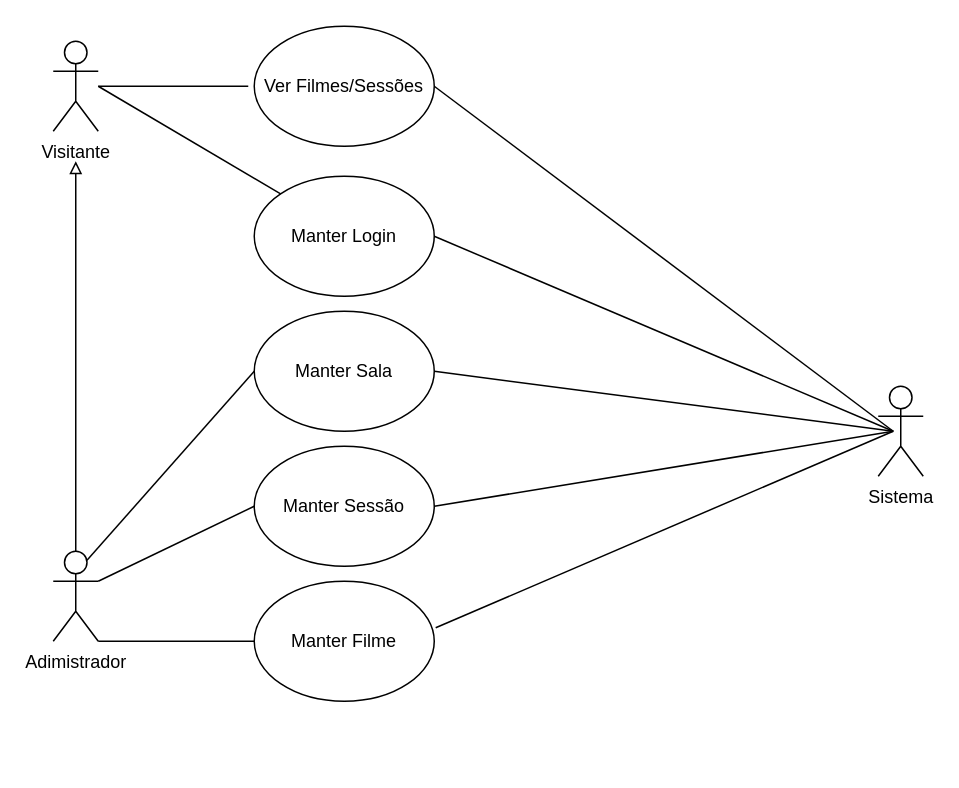
This is diagram/cinema.dio from FidelisSantos/BackendCinema, a draw.io file, before an edit. Source tidied: cells renumbered, new cells numbered last; positions are measured from the earlier drawing's top-left corner, leaving out a move shared by most shapes. Both pictures are drawn from the tidied source at 150%, with x=0, y=0 at pixel (52, 26).
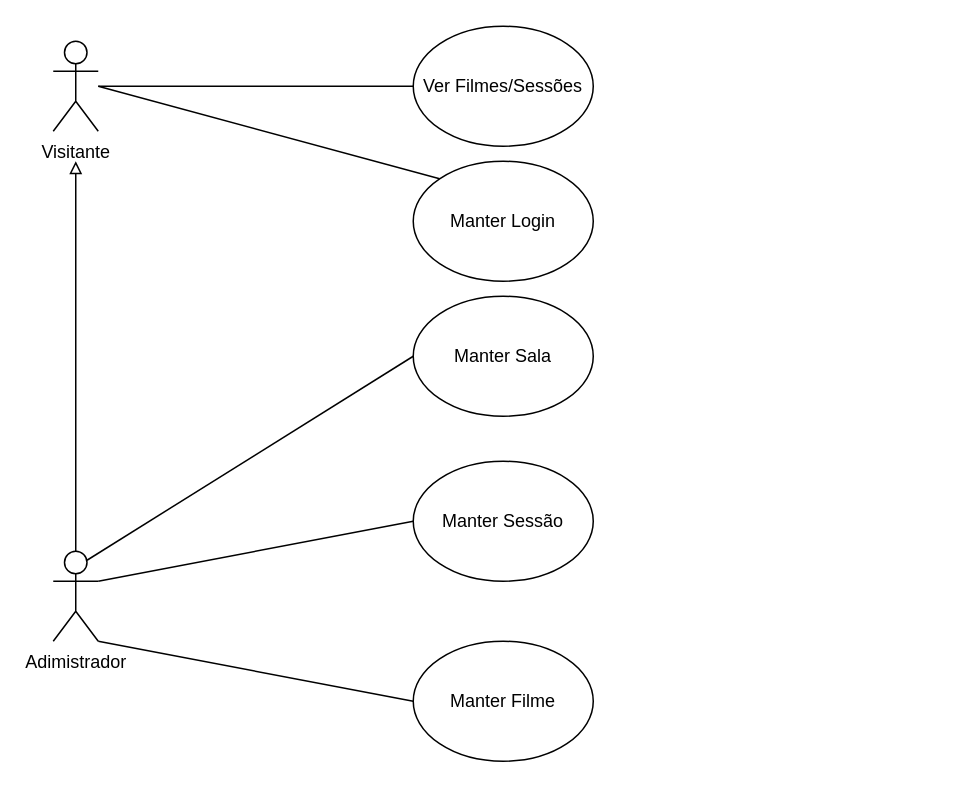
Above is the later version.

The change refers to these unchanged cells:
```xml
<mxCell id="2" value="Visitante" style="shape=umlActor;verticalLabelPosition=bottom;verticalAlign=top;html=1;outlineConnect=0;" parent="1" vertex="1">
  <mxGeometry y="10" width="30" height="60" as="geometry" />
</mxCell>
```

Change to the diagram source:
```diff
@@
     <mxCell id="6" value="Ver Filmes/Sessões" style="ellipse;whiteSpace=wrap;html=1;" parent="1" vertex="1">
-      <mxGeometry x="134" width="120" height="80" as="geometry" />
+      <mxGeometry x="240" width="120" height="80" as="geometry" />
     </mxCell>
-    <mxCell id="7" style="endArrow=none;html=1;" parent="1" edge="1" source="2">
-      <mxGeometry relative="1" as="geometry">
-        <mxPoint x="130" y="40" as="targetPoint" />
-      </mxGeometry>
+    <mxCell id="7" style="endArrow=none;html=1;entryX=0;entryY=0.5;entryDx=0;entryDy=0;" parent="1" edge="1" source="2" target="6">
+      <mxGeometry relative="1" as="geometry" />
     </mxCell>
@@
-    <mxCell id="9" style="endArrow=none;html=1;entryX=0;entryY=0.5;entryDx=0;entryDy=0;exitX=1;exitY=0.5;exitDx=0;exitDy=0;" parent="1" edge="1" source="6">
-      <mxGeometry relative="1" as="geometry">
-        <mxPoint x="560" y="270" as="targetPoint" />
-      </mxGeometry>
-    </mxCell>
     <mxCell id="10" value="Manter Login" style="ellipse;whiteSpace=wrap;html=1;" parent="1" vertex="1">
-      <mxGeometry x="134" y="100" width="120" height="80" as="geometry" />
+      <mxGeometry x="240" y="90" width="120" height="80" as="geometry" />
     </mxCell>
@@
-    <mxCell id="12" style="endArrow=none;html=1;entryX=0;entryY=0.5;entryDx=0;entryDy=0;exitX=1;exitY=0.5;exitDx=0;exitDy=0;" parent="1" edge="1" source="10">
-      <mxGeometry relative="1" as="geometry">
-        <mxPoint x="560" y="270" as="targetPoint" />
-      </mxGeometry>
-    </mxCell>
     <mxCell id="13" value="Manter Sala" style="ellipse;whiteSpace=wrap;html=1;" parent="1" vertex="1">
-      <mxGeometry x="134" y="190" width="120" height="80" as="geometry" />
+      <mxGeometry x="240" y="180" width="120" height="80" as="geometry" />
     </mxCell>
     <mxCell id="14" value="Manter Filme" style="ellipse;whiteSpace=wrap;html=1;" parent="1" vertex="1">
-      <mxGeometry x="134" y="370" width="120" height="80" as="geometry" />
+      <mxGeometry x="240" y="410" width="120" height="80" as="geometry" />
     </mxCell>
     <mxCell id="15" value="Manter Sessão" style="ellipse;whiteSpace=wrap;html=1;" parent="1" vertex="1">
-      <mxGeometry x="134" y="280" width="120" height="80" as="geometry" />
+      <mxGeometry x="240" y="290" width="120" height="80" as="geometry" />
     </mxCell>
@@
-    <mxCell id="17" style="endArrow=none;html=1;entryX=0;entryY=0.5;entryDx=0;entryDy=0;exitX=1;exitY=0.5;exitDx=0;exitDy=0;" parent="1" edge="1" source="13">
-      <mxGeometry relative="1" as="geometry">
-        <mxPoint x="560" y="270" as="targetPoint" />
-      </mxGeometry>
-    </mxCell>
-    <mxCell id="18" style="endArrow=none;html=1;exitX=1.008;exitY=0.388;exitDx=0;exitDy=0;exitPerimeter=0;entryX=0;entryY=0.5;entryDx=0;entryDy=0;" parent="1" edge="1" source="14">
-      <mxGeometry relative="1" as="geometry">
-        <mxPoint x="560" y="270" as="targetPoint" />
-      </mxGeometry>
-    </mxCell>
-    <mxCell id="19" style="endArrow=none;html=1;entryX=0;entryY=0.5;entryDx=0;entryDy=0;exitX=1;exitY=0.5;exitDx=0;exitDy=0;" parent="1" edge="1" source="15">
-      <mxGeometry relative="1" as="geometry">
-        <mxPoint x="560" y="270" as="targetPoint" />
-      </mxGeometry>
-    </mxCell>
-    <mxCell id="20" value="Sistema" style="shape=umlActor;verticalLabelPosition=bottom;verticalAlign=top;html=1;" parent="1" vertex="1">
-      <mxGeometry x="550" y="240" width="30" height="60" as="geometry" />
-    </mxCell>
```
